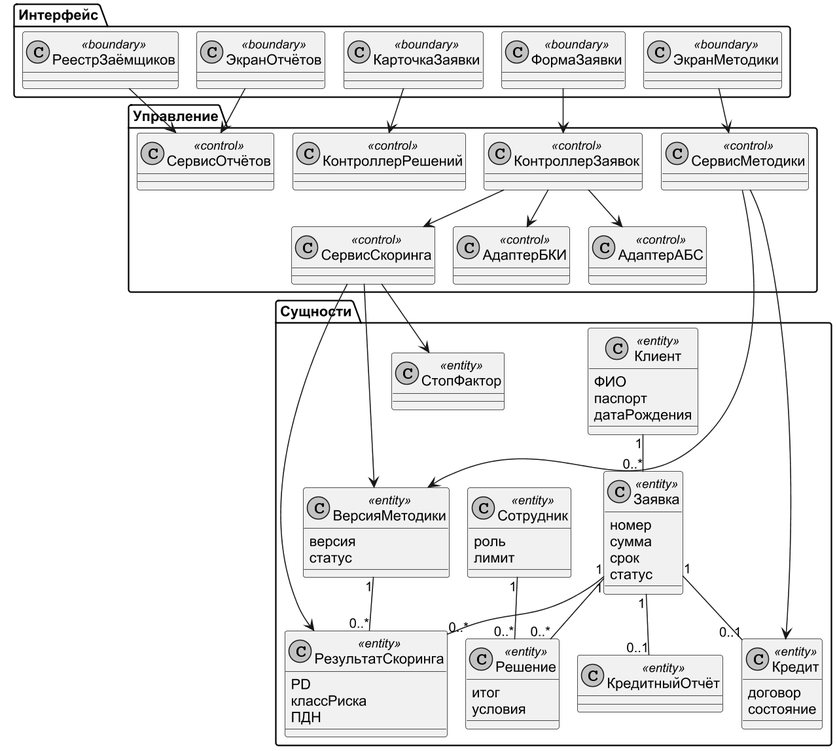
Before: diagrams/uml_classes.png, a diagram exported from PlantUML (DarkSwordman999/credit-scoring-dss).
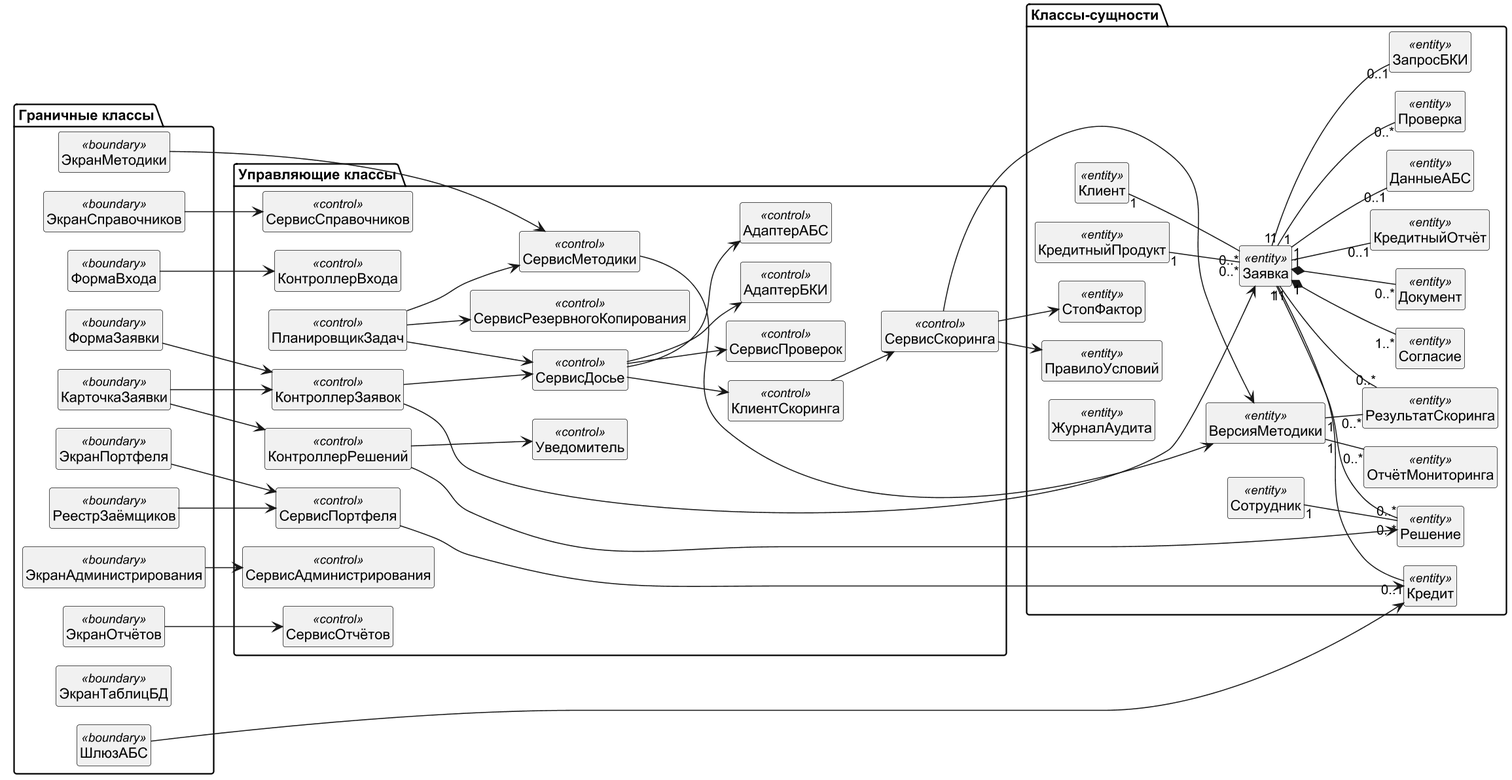
Later version of the same file.

Diff of the diagram source:
```diff
@@ -4,77 +4,102 @@
 skinparam defaultFontName Arial
 skinparam shadowing false
 skinparam monochrome true
+hide circle
+hide members
+left to right direction
 skinparam linetype ortho
-package "Интерфейс" {
+package "Граничные классы" {
+ class ФормаВхода <<boundary>>
  class ФормаЗаявки <<boundary>>
  class КарточкаЗаявки <<boundary>>
  class ЭкранМетодики <<boundary>>
  class ЭкранОтчётов <<boundary>>
  class РеестрЗаёмщиков <<boundary>>
+ class ЭкранПортфеля <<boundary>>
+ class ЭкранСправочников <<boundary>>
+ class ЭкранАдминистрирования <<boundary>>
+ class ЭкранТаблицБД <<boundary>>
+ class ШлюзАБС <<boundary>>
 }
-package "Управление" {
+package "Управляющие классы" {
+ class КонтроллерВхода <<control>>
  class КонтроллерЗаявок <<control>>
  class КонтроллерРешений <<control>>
- class СервисСкоринга <<control>>
- class СервисМетодики <<control>>
- class СервисОтчётов <<control>>
+ class СервисДосье <<control>>
+ class СервисПроверок <<control>>
  class АдаптерБКИ <<control>>
  class АдаптерАБС <<control>>
+ class КлиентСкоринга <<control>>
+ class СервисСкоринга <<control>>
+ class Уведомитель <<control>>
+ class СервисМетодики <<control>>
+ class ПланировщикЗадач <<control>>
+ class СервисОтчётов <<control>>
+ class СервисПортфеля <<control>>
+ class СервисСправочников <<control>>
+ class СервисАдминистрирования <<control>>
+ class СервисРезервногоКопирования <<control>>
 }
-package "Сущности" {
- class Клиент <<entity>> {
-  ФИО
-  паспорт
-  датаРождения
- }
- class Заявка <<entity>> {
-  номер
-  сумма
-  срок
-  статус
- }
+package "Классы-сущности" {
+ class Клиент <<entity>>
+ class Заявка <<entity>>
+ class Согласие <<entity>>
+ class Документ <<entity>>
  class КредитныйОтчёт <<entity>>
- class РезультатСкоринга <<entity>> {
-  PD
-  классРиска
-  ПДН
- }
- class ВерсияМетодики <<entity>> {
-  версия
-  статус
- }
- class Кредит <<entity>> {
-  договор
-  состояние
- }
- class Решение <<entity>> {
-  итог
-  условия
- }
- class Сотрудник <<entity>> {
-  роль
-  лимит
- }
+ class ДанныеАБС <<entity>>
+ class Проверка <<entity>>
+ class ЗапросБКИ <<entity>>
+ class РезультатСкоринга <<entity>>
+ class ВерсияМетодики <<entity>>
+ class Решение <<entity>>
+ class Кредит <<entity>>
+ class Сотрудник <<entity>>
+ class КредитныйПродукт <<entity>>
  class СтопФактор <<entity>>
+ class ПравилоУсловий <<entity>>
+ class ОтчётМониторинга <<entity>>
+ class ЖурналАудита <<entity>>
 }
+ФормаВхода --> КонтроллерВхода
 ФормаЗаявки --> КонтроллерЗаявок
+КарточкаЗаявки --> КонтроллерЗаявок
 КарточкаЗаявки --> КонтроллерРешений
 ЭкранМетодики --> СервисМетодики
 ЭкранОтчётов --> СервисОтчётов
-РеестрЗаёмщиков --> СервисОтчётов
-КонтроллерЗаявок --> СервисСкоринга
-КонтроллерЗаявок --> АдаптерБКИ
-КонтроллерЗаявок --> АдаптерАБС
+РеестрЗаёмщиков --> СервисПортфеля
+ЭкранПортфеля --> СервисПортфеля
+ЭкранСправочников --> СервисСправочников
+ЭкранАдминистрирования --> СервисАдминистрирования
+ШлюзАБС --> Кредит
+КонтроллерЗаявок --> СервисДосье
+СервисДосье --> АдаптерБКИ
+СервисДосье --> АдаптерАБС
+СервисДосье --> СервисПроверок
+СервисДосье --> КлиентСкоринга
+КлиентСкоринга --> СервисСкоринга
+КонтроллерРешений --> Уведомитель
+ПланировщикЗадач --> СервисДосье
+ПланировщикЗадач --> СервисМетодики
+ПланировщикЗадач --> СервисРезервногоКопирования
 СервисСкоринга --> ВерсияМетодики
 СервисСкоринга --> СтопФактор
-СервисСкоринга --> РезультатСкоринга
-СервисМетодики --> ВерсияМетодики
-СервисМетодики --> Кредит
+СервисСкоринга --> ПравилоУсловий
 Клиент "1" -- "0..*" Заявка
+Заявка "1" *-- "1..*" Согласие
+Заявка "1" *-- "0..*" Документ
 Заявка "1" -- "0..1" КредитныйОтчёт
+Заявка "1" -- "0..1" ДанныеАБС
+Заявка "1" -- "0..*" Проверка
+Заявка "1" -- "0..1" ЗапросБКИ
 Заявка "1" -- "0..*" РезультатСкоринга
 Заявка "1" -- "0..*" Решение
+Заявка "1" -- "0..1" Кредит
+КредитныйПродукт "1" -- "0..*" Заявка
 Сотрудник "1" -- "0..*" Решение
 ВерсияМетодики "1" -- "0..*" РезультатСкоринга
-Заявка "1" -- "0..1" Кредит
+ВерсияМетодики "1" -- "0..*" ОтчётМониторинга
+КонтроллерЗаявок --> Заявка
+КонтроллерРешений --> Решение
+СервисМетодики --> ВерсияМетодики
+СервисПортфеля --> Кредит
 @enduml
```
